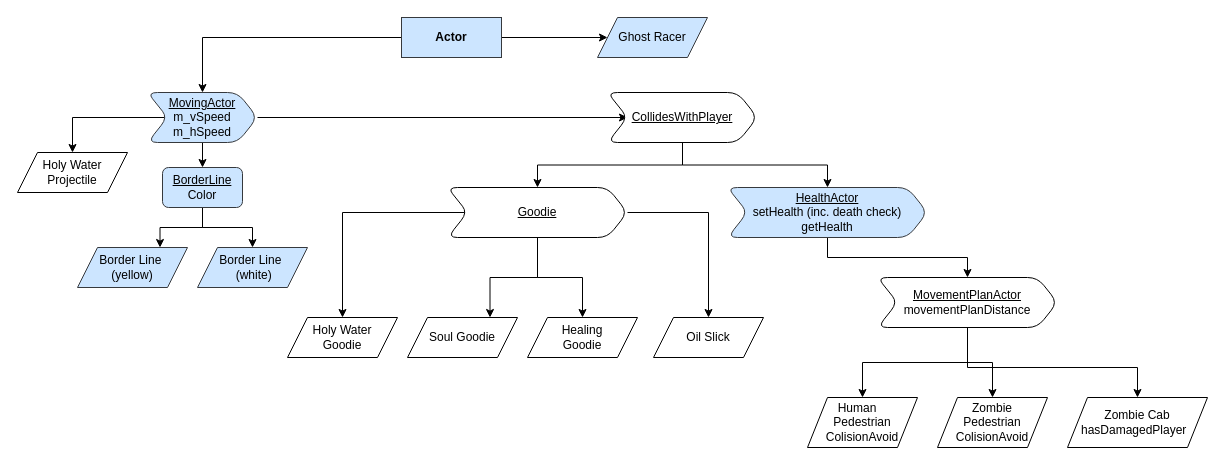
This is Project3/ClassDiagram.drawio from UCLA-Cobular/CS32-Projects, a draw.io file, before an edit. Source tidied: cells renumbered, new cells numbered last; positions are measured from the earlier drawing's top-left corner, leaving out a move shared by most shapes. Both pictures are drawn from the tidied source at 100%, with x=0, y=0 at pixel (17, 17).
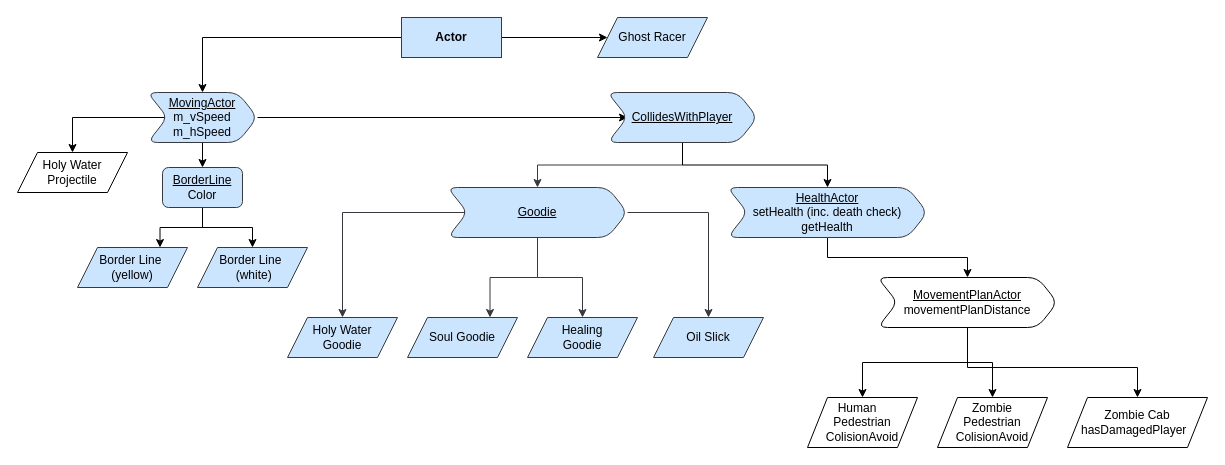
The same diagram, later.

Diff of the diagram source:
```diff
@@
-    <mxCell id="10" value="Soul Goodie" style="shape=parallelogram;perimeter=parallelogramPerimeter;whiteSpace=wrap;html=1;fixedSize=1;" parent="1" vertex="1">
+    <mxCell id="10" value="Soul Goodie" style="shape=parallelogram;perimeter=parallelogramPerimeter;whiteSpace=wrap;html=1;fixedSize=1;fillColor=#cce5ff;strokeColor=#36393d;" parent="1" vertex="1">
       <mxGeometry x="390" y="300" width="110" height="40" as="geometry" />
     </mxCell>
-    <mxCell id="11" value="Holy Water &lt;br&gt;Goodie" style="shape=parallelogram;perimeter=parallelogramPerimeter;whiteSpace=wrap;html=1;fixedSize=1;" parent="1" vertex="1">
+    <mxCell id="11" value="Holy Water &lt;br&gt;Goodie" style="shape=parallelogram;perimeter=parallelogramPerimeter;whiteSpace=wrap;html=1;fixedSize=1;fillColor=#cce5ff;strokeColor=#36393d;" parent="1" vertex="1">
       <mxGeometry x="270" y="300" width="110" height="40" as="geometry" />
     </mxCell>
-    <mxCell id="12" value="Healing &lt;br&gt;Goodie" style="shape=parallelogram;perimeter=parallelogramPerimeter;whiteSpace=wrap;html=1;fixedSize=1;" parent="1" vertex="1">
+    <mxCell id="12" value="Healing &lt;br&gt;Goodie" style="shape=parallelogram;perimeter=parallelogramPerimeter;whiteSpace=wrap;html=1;fixedSize=1;fillColor=#cce5ff;strokeColor=#36393d;" parent="1" vertex="1">
       <mxGeometry x="510" y="300" width="110" height="40" as="geometry" />
     </mxCell>
-    <mxCell id="13" value="Oil Slick" style="shape=parallelogram;perimeter=parallelogramPerimeter;whiteSpace=wrap;html=1;fixedSize=1;" parent="1" vertex="1">
+    <mxCell id="13" value="Oil Slick" style="shape=parallelogram;perimeter=parallelogramPerimeter;whiteSpace=wrap;html=1;fixedSize=1;fillColor=#cce5ff;strokeColor=#36393d;" parent="1" vertex="1">
       <mxGeometry x="636" y="300" width="110" height="40" as="geometry" />
     </mxCell>
@@
-    <mxCell id="29" style="edgeStyle=orthogonalEdgeStyle;rounded=0;jettySize=auto;html=1;" parent="1" edge="1" source="33" target="13">
+    <mxCell id="29" style="edgeStyle=orthogonalEdgeStyle;rounded=0;jettySize=auto;html=1;fillColor=#cce5ff;strokeColor=#36393d;" parent="1" edge="1" source="33" target="13">
       <mxGeometry relative="1" as="geometry" />
     </mxCell>
-    <mxCell id="30" style="edgeStyle=orthogonalEdgeStyle;rounded=0;jettySize=auto;html=1;" parent="1" edge="1" source="33" target="11">
+    <mxCell id="30" style="edgeStyle=orthogonalEdgeStyle;rounded=0;jettySize=auto;html=1;fillColor=#cce5ff;strokeColor=#36393d;" parent="1" edge="1" source="33" target="11">
       <mxGeometry relative="1" as="geometry" />
     </mxCell>
-    <mxCell id="31" style="edgeStyle=orthogonalEdgeStyle;rounded=0;jettySize=auto;html=1;" parent="1" edge="1" source="33" target="12">
+    <mxCell id="31" style="edgeStyle=orthogonalEdgeStyle;rounded=0;jettySize=auto;html=1;fillColor=#cce5ff;strokeColor=#36393d;" parent="1" edge="1" source="33" target="12">
       <mxGeometry relative="1" as="geometry" />
     </mxCell>
-    <mxCell id="32" style="edgeStyle=orthogonalEdgeStyle;rounded=0;jettySize=auto;html=1;entryX=0.75;entryY=0;entryDx=0;entryDy=0;" parent="1" edge="1" source="33" target="10">
+    <mxCell id="32" style="edgeStyle=orthogonalEdgeStyle;rounded=0;jettySize=auto;html=1;entryX=0.75;entryY=0;entryDx=0;entryDy=0;fillColor=#cce5ff;strokeColor=#36393d;" parent="1" edge="1" source="33" target="10">
       <mxGeometry relative="1" as="geometry" />
     </mxCell>
-    <mxCell id="33" value="&lt;u&gt;Goodie&lt;/u&gt;" style="shape=step;perimeter=stepPerimeter;whiteSpace=wrap;html=1;fixedSize=1;rounded=1;glass=0;" parent="1" vertex="1">
+    <mxCell id="33" value="&lt;u&gt;Goodie&lt;/u&gt;" style="shape=step;perimeter=stepPerimeter;whiteSpace=wrap;html=1;fixedSize=1;rounded=1;glass=0;fillColor=#cce5ff;strokeColor=#36393d;" parent="1" vertex="1">
       <mxGeometry x="430" y="170" width="180" height="50" as="geometry" />
     </mxCell>
-    <mxCell id="34" style="edgeStyle=orthogonalEdgeStyle;rounded=0;jettySize=auto;html=1;" parent="1" edge="1" source="36" target="33">
+    <mxCell id="34" style="edgeStyle=orthogonalEdgeStyle;rounded=0;jettySize=auto;html=1;fillColor=#cce5ff;strokeColor=#36393d;" parent="1" edge="1" source="36" target="33">
       <mxGeometry relative="1" as="geometry" />
     </mxCell>
@@
-    <mxCell id="36" value="&lt;u&gt;CollidesWithPlayer&lt;/u&gt;" style="shape=step;perimeter=stepPerimeter;whiteSpace=wrap;html=1;fixedSize=1;rounded=1;glass=0;" parent="1" vertex="1">
+    <mxCell id="36" value="&lt;u&gt;CollidesWithPlayer&lt;/u&gt;" style="shape=step;perimeter=stepPerimeter;whiteSpace=wrap;html=1;fixedSize=1;rounded=1;glass=0;fillColor=#cce5ff;strokeColor=#36393d;" parent="1" vertex="1">
       <mxGeometry x="590" y="75" width="150" height="50" as="geometry" />
     </mxCell>
```
